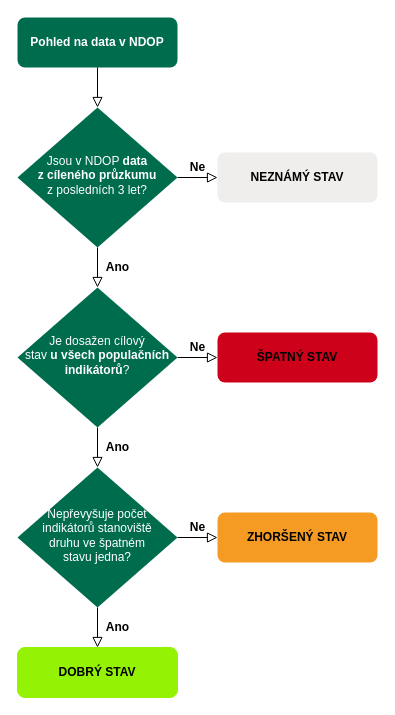
Above: Diagrams/strom_obojzivelnici_lok.drawio in BiodivMonCZ/host_naturecz (draw.io), before the change. Source tidied: cells renumbered, new cells numbered last; positions are measured from the earlier drawing's top-left corner, leaving out a move shared by most shapes. Both pictures are drawn from the tidied source at 100%, with x=0, y=0 at pixel (17, 17).
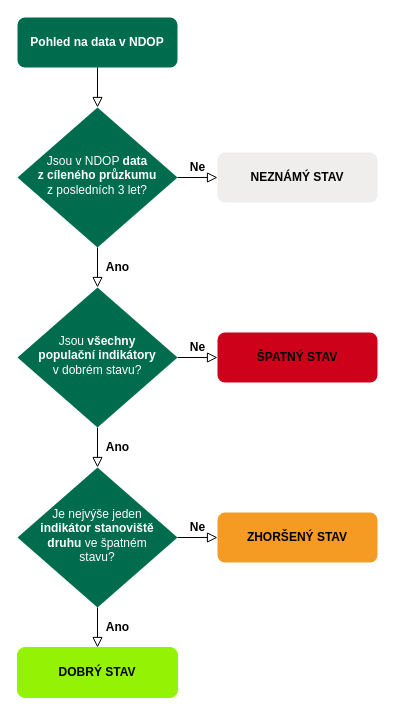
After the change.

Commit message:
upddate rozhodovaciho stromu pro dilci lokality

What changed in the source:
```diff
@@
 <mxGraphModel>
   <root>
     <mxCell id="0" />
     <mxCell id="1" parent="0" />
     <mxCell id="2" value="Pohled na data v NDOP" style="rounded=1;whiteSpace=wrap;html=1;fontSize=12;glass=0;strokeWidth=1;shadow=0;fontStyle=1;strokeColor=none;fillColor=light-dark(#006c4e, #ededed);fontColor=#FFFFFF;" parent="1" vertex="1">
       <mxGeometry width="160" height="50" as="geometry" />
     </mxCell>
     <mxCell id="3" value="Ano" style="rounded=0;html=1;jettySize=auto;fontSize=12;endArrow=block;endFill=0;endSize=8;strokeWidth=1;shadow=0;labelBackgroundColor=none;edgeStyle=orthogonalEdgeStyle;entryX=0.5;entryY=0;entryDx=0;entryDy=0;fontStyle=1;" parent="1" edge="1" source="5" target="6">
       <mxGeometry y="20" relative="1" as="geometry" />
     </mxCell>
     <mxCell id="4" value="Ne" style="edgeStyle=orthogonalEdgeStyle;rounded=0;html=1;jettySize=auto;fontSize=12;endArrow=block;endFill=0;endSize=8;strokeWidth=1;shadow=0;labelBackgroundColor=none;entryX=0;entryY=0.5;entryDx=0;entryDy=0;fontStyle=1;" parent="1" edge="1" source="5" target="7">
       <mxGeometry y="10" relative="1" as="geometry" />
     </mxCell>
-    <mxCell id="5" value="&lt;font style=&quot;font-weight: normal;&quot;&gt;Je dosažen cílový&lt;br&gt;stav &lt;/font&gt;&lt;font style=&quot;&quot;&gt;u všech populačních indikátorů&lt;/font&gt;&lt;font style=&quot;font-weight: normal;&quot;&gt;?&lt;/font&gt;" style="rhombus;whiteSpace=wrap;html=1;shadow=0;fontFamily=Helvetica;fontSize=12;align=center;strokeWidth=1;spacing=6;spacingTop=-4;strokeColor=none;fillColor=light-dark(#006c4e, #ededed);fontColor=#FFFFFF;fontStyle=1;" parent="1" vertex="1">
+    <mxCell id="5" value="&lt;font style=&quot;font-weight: normal;&quot;&gt;Jsou&amp;nbsp;&lt;/font&gt;&lt;font style=&quot;&quot;&gt;všechny&lt;br&gt;populační indikátory&lt;br&gt;&lt;/font&gt;&lt;font style=&quot;font-weight: normal;&quot;&gt;v dobrém stavu?&lt;/font&gt;" style="rhombus;whiteSpace=wrap;html=1;shadow=0;fontFamily=Helvetica;fontSize=12;align=center;strokeWidth=1;spacing=6;spacingTop=-4;strokeColor=none;fillColor=light-dark(#006c4e, #ededed);fontColor=#FFFFFF;fontStyle=1;" parent="1" vertex="1">
       <mxGeometry y="270" width="160" height="140" as="geometry" />
     </mxCell>
-    <mxCell id="6" value="Nepřevyšuje počet indikátorů stanoviště&lt;br&gt;druhu ve špatném&lt;br&gt;stavu jedna?" style="rhombus;whiteSpace=wrap;html=1;shadow=0;fontFamily=Helvetica;fontSize=12;align=center;strokeWidth=1;spacing=6;spacingTop=-4;strokeColor=none;fillColor=light-dark(#006c4e, #ededed);fontColor=#FFFFFF;fontStyle=0;" parent="1" vertex="1">
+    <mxCell id="6" value="Je nejvýše jeden&lt;br&gt;&lt;b&gt;indikátor stanoviště druhu&lt;/b&gt; ve špatném&lt;br&gt;stavu?" style="rhombus;whiteSpace=wrap;html=1;shadow=0;fontFamily=Helvetica;fontSize=12;align=center;strokeWidth=1;spacing=6;spacingTop=-4;strokeColor=none;fillColor=light-dark(#006c4e, #ededed);fontColor=#FFFFFF;fontStyle=0;" parent="1" vertex="1">
       <mxGeometry y="450" width="160" height="140" as="geometry" />
     </mxCell>
     <mxCell id="7" value="ŠPATNÝ STAV" style="rounded=1;whiteSpace=wrap;html=1;fontSize=12;glass=0;strokeWidth=1;shadow=0;fontStyle=1;strokeColor=none;fillColor=light-dark(#cd011a, #ededed);" parent="1" vertex="1">
       <mxGeometry x="200" y="315" width="160" height="50" as="geometry" />
     </mxCell>
     <mxCell id="8" value="ZHORŠENÝ STAV" style="rounded=1;whiteSpace=wrap;html=1;fontSize=12;glass=0;strokeWidth=1;shadow=0;fontStyle=1;fillColor=light-dark(#f59b23, #ededed);strokeColor=none;" parent="1" vertex="1">
       <mxGeometry x="200" y="495" width="160" height="50" as="geometry" />
     </mxCell>
     <mxCell id="9" value="Ne" style="edgeStyle=orthogonalEdgeStyle;rounded=0;html=1;jettySize=auto;fontSize=12;endArrow=block;endFill=0;endSize=8;strokeWidth=1;shadow=0;labelBackgroundColor=none;entryX=0;entryY=0.5;entryDx=0;entryDy=0;exitX=1;exitY=0.5;exitDx=0;exitDy=0;fontStyle=1;" parent="1" edge="1" source="6" target="8">
       <mxGeometry y="10" relative="1" as="geometry" />
     </mxCell>
     <mxCell id="10" value="Ano" style="rounded=0;html=1;jettySize=auto;fontSize=12;endArrow=block;endFill=0;endSize=8;strokeWidth=1;shadow=0;labelBackgroundColor=none;edgeStyle=orthogonalEdgeStyle;entryX=0.5;entryY=0;entryDx=0;entryDy=0;exitX=0.5;exitY=1;exitDx=0;exitDy=0;fontStyle=1;" parent="1" edge="1" source="6" target="11">
       <mxGeometry y="20" relative="1" as="geometry" />
     </mxCell>
     <mxCell id="11" value="DOBRÝ STAV" style="rounded=1;whiteSpace=wrap;html=1;fontSize=12;glass=0;strokeWidth=1;shadow=0;fillColor=light-dark(#94f204, #ededed);strokeColor=#94F204;fontStyle=1;" parent="1" vertex="1">
       <mxGeometry y="630" width="160" height="50" as="geometry" />
     </mxCell>
     <mxCell id="12" value="&lt;span style=&quot;font-weight: 400;&quot;&gt;Jsou v NDOP &lt;/span&gt;data&lt;br&gt;z cíleného průzkumu&lt;br&gt;&lt;span style=&quot;font-weight: 400;&quot;&gt;z posledních 3 let?&lt;/span&gt;" style="rhombus;whiteSpace=wrap;html=1;shadow=0;fontFamily=Helvetica;fontSize=12;align=center;strokeWidth=1;spacing=6;spacingTop=-4;strokeColor=none;fillColor=light-dark(#006c4e, #ededed);fontColor=#FFFFFF;fontStyle=1;" parent="1" vertex="1">
       <mxGeometry y="90" width="160" height="140" as="geometry" />
     </mxCell>
     <mxCell id="13" value="Ano" style="rounded=0;html=1;jettySize=auto;fontSize=12;endArrow=block;endFill=0;endSize=8;strokeWidth=1;shadow=0;labelBackgroundColor=none;edgeStyle=orthogonalEdgeStyle;entryX=0.5;entryY=0;entryDx=0;entryDy=0;fontStyle=1;exitX=0.5;exitY=1;exitDx=0;exitDy=0;" parent="1" edge="1" source="12" target="5">
       <mxGeometry y="20" relative="1" as="geometry" />
     </mxCell>
     <mxCell id="14" style="rounded=0;html=1;jettySize=auto;fontSize=11;endArrow=block;endFill=0;endSize=8;strokeWidth=1;shadow=0;labelBackgroundColor=none;edgeStyle=orthogonalEdgeStyle;entryX=0.5;entryY=0;entryDx=0;entryDy=0;fontStyle=1;exitX=0.5;exitY=1;exitDx=0;exitDy=0;" parent="1" edge="1" source="2" target="12">
       <mxGeometry y="20" relative="1" as="geometry" />
     </mxCell>
     <mxCell id="15" value="Ne" style="edgeStyle=orthogonalEdgeStyle;rounded=0;html=1;jettySize=auto;fontSize=12;endArrow=block;endFill=0;endSize=8;strokeWidth=1;shadow=0;labelBackgroundColor=none;fontStyle=1;exitX=1;exitY=0.5;exitDx=0;exitDy=0;entryX=0;entryY=0.5;entryDx=0;entryDy=0;" parent="1" edge="1" source="12" target="16">
       <mxGeometry y="10" relative="1" as="geometry" />
     </mxCell>
     <mxCell id="16" value="NEZNÁMÝ STAV" style="rounded=1;whiteSpace=wrap;html=1;fontSize=12;glass=0;strokeWidth=1;shadow=0;fontStyle=1;strokeColor=none;fillColor=light-dark(#efeeed, #ededed);" parent="1" vertex="1">
       <mxGeometry x="200" y="135" width="160" height="50" as="geometry" />
     </mxCell>
   </root>
 </mxGraphModel>
```
